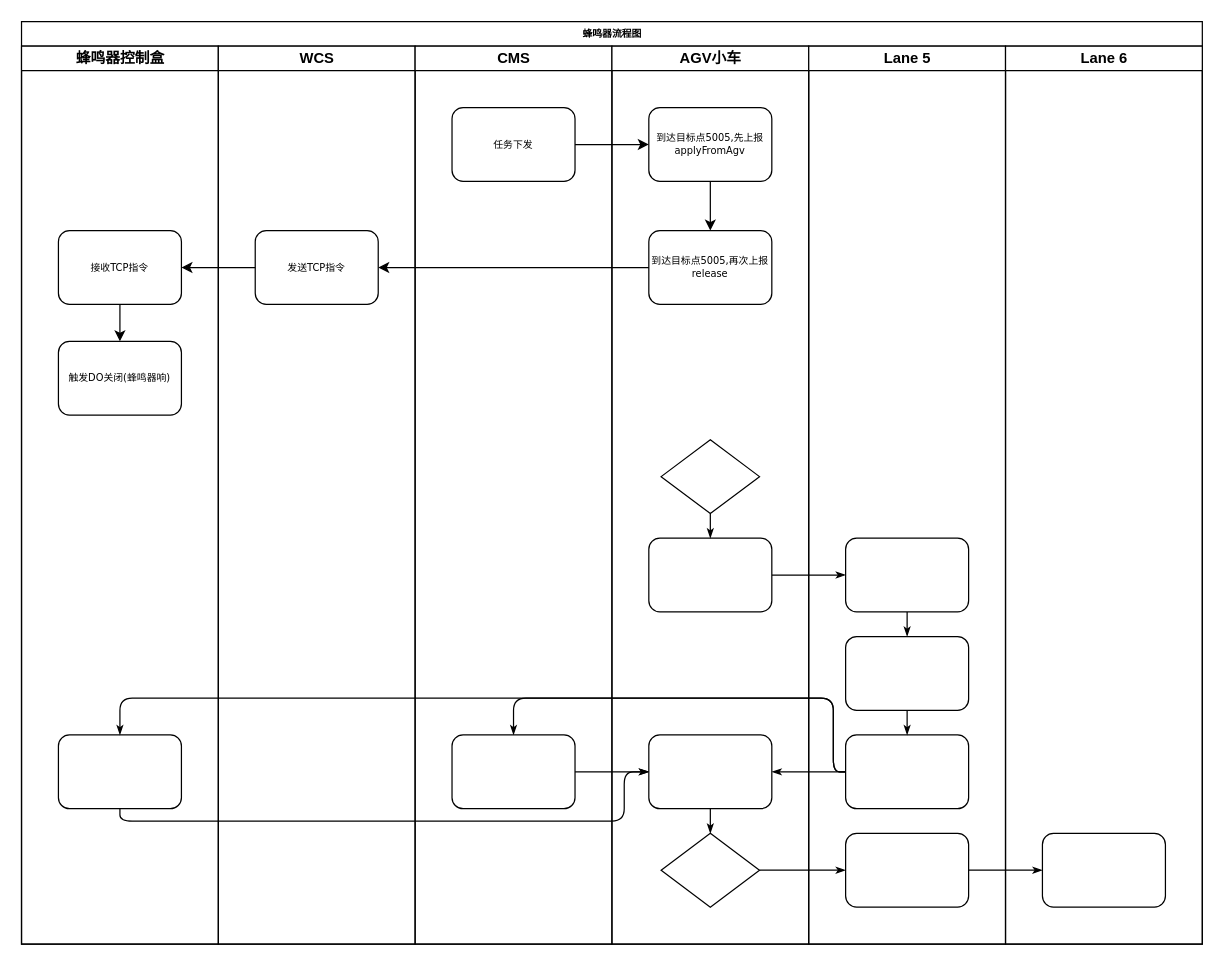
This is data/蜂鸣器流程图.drawio from chenyanxi/hosts, a draw.io file, before an edit. Source tidied: cells renumbered, new cells numbered last; positions are measured from the earlier drawing's top-left corner, leaving out a move shared by most shapes. Both pictures are drawn from the tidied source at 123%, with x=0, y=0 at pixel (21, 21).
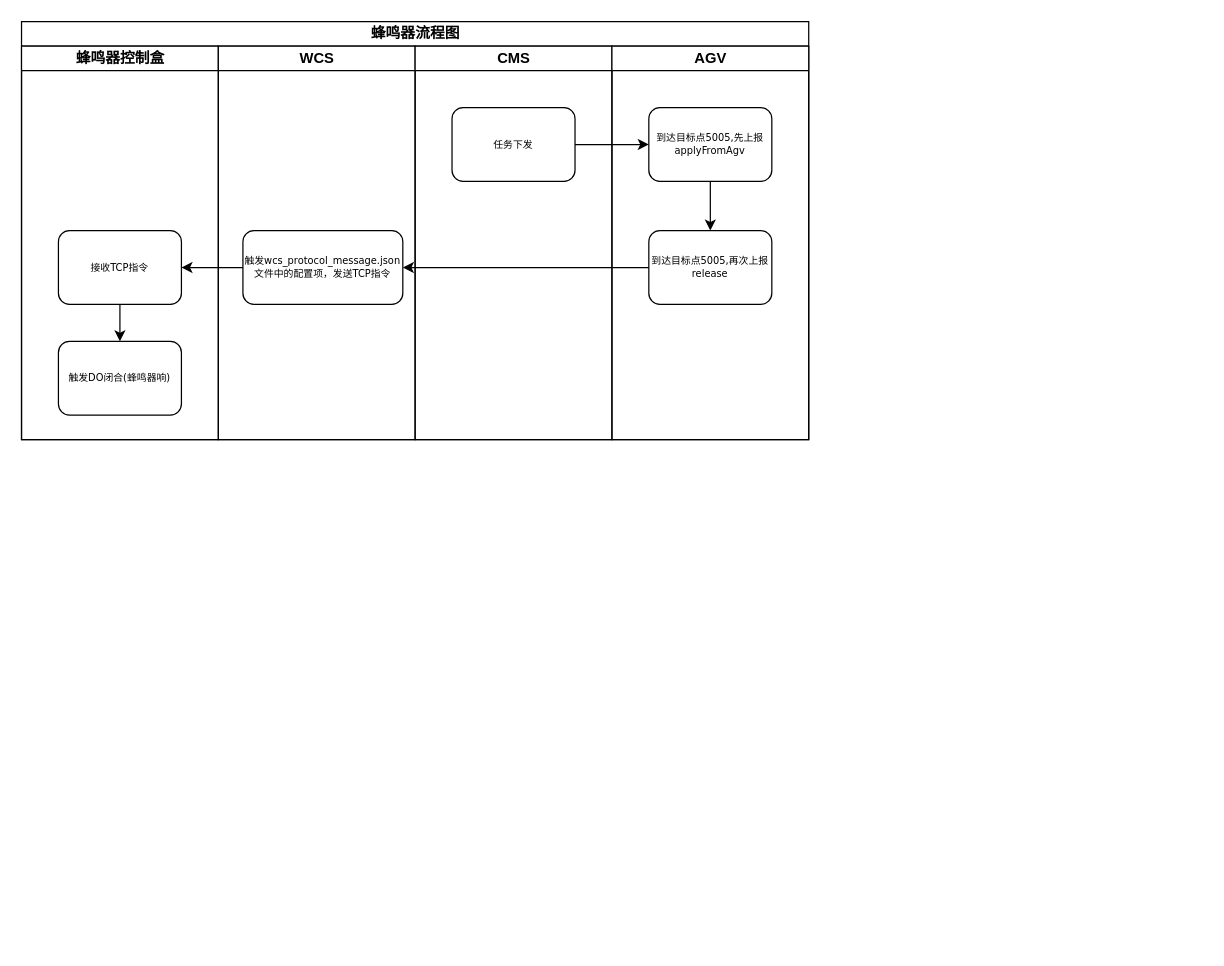
After the change.

Commit message (it also covers changes not shown here):
更新蜂鸣器流程图.drawio

Change to the diagram source:
```diff
@@
-    <mxCell id="2" value="蜂鸣器流程图" style="swimlane;html=1;startSize=20;rounded=0;shadow=0;labelBackgroundColor=none;strokeWidth=1;fontFamily=Verdana;fontSize=8;align=center;" parent="1" vertex="1">
-      <mxGeometry width="960" height="750" as="geometry" />
+    <mxCell id="2" value="&lt;font style=&quot;font-size: 12px;&quot;&gt;蜂鸣器流程图&lt;/font&gt;" style="swimlane;html=1;startSize=20;rounded=0;shadow=0;labelBackgroundColor=none;strokeWidth=1;fontFamily=Verdana;fontSize=8;align=center;" parent="1" vertex="1">
+      <mxGeometry width="640" height="340" as="geometry" />
     </mxCell>
     <mxCell id="3" value="蜂鸣器控制盒" style="swimlane;html=1;startSize=20;" parent="2" vertex="1">
-      <mxGeometry y="20" width="160" height="730" as="geometry" />
+      <mxGeometry y="20" width="160" height="320" as="geometry" />
     </mxCell>
-    <mxCell id="4" style="rounded=1;whiteSpace=wrap;html=1;shadow=0;labelBackgroundColor=none;strokeWidth=1;fontFamily=Verdana;fontSize=8;align=center;" parent="3" vertex="1">
-      <mxGeometry x="30" y="560" width="100" height="60" as="geometry" />
-    </mxCell>
@@
-    <mxCell id="6" value="触发DO关闭(蜂鸣器响)" style="rounded=1;whiteSpace=wrap;html=1;shadow=0;labelBackgroundColor=none;strokeWidth=1;fontFamily=Verdana;fontSize=8;align=center;" parent="3" vertex="1">
+    <mxCell id="6" value="触发DO闭合(蜂鸣器响)" style="rounded=1;whiteSpace=wrap;html=1;shadow=0;labelBackgroundColor=none;strokeWidth=1;fontFamily=Verdana;fontSize=8;align=center;" parent="3" vertex="1">
       <mxGeometry x="30" y="240" width="100" height="60" as="geometry" />
     </mxCell>
@@
-    <mxCell id="10" style="edgeStyle=orthogonalEdgeStyle;rounded=1;html=1;labelBackgroundColor=none;startArrow=none;startFill=0;startSize=5;endArrow=classicThin;endFill=1;endSize=5;jettySize=auto;strokeWidth=1;fontFamily=Verdana;fontSize=8;" parent="2" edge="1" source="28" target="37">
-      <mxGeometry relative="1" as="geometry" />
-    </mxCell>
-    <mxCell id="11" style="edgeStyle=orthogonalEdgeStyle;rounded=1;html=1;labelBackgroundColor=none;startArrow=none;startFill=0;startSize=5;endArrow=classicThin;endFill=1;endSize=5;jettySize=auto;strokeWidth=1;fontFamily=Verdana;fontSize=8;" parent="2" edge="1" source="37" target="41">
-      <mxGeometry relative="1" as="geometry" />
-    </mxCell>
-    <mxCell id="12" style="edgeStyle=orthogonalEdgeStyle;rounded=1;html=1;labelBackgroundColor=none;startArrow=none;startFill=0;startSize=5;endArrow=classicThin;endFill=1;endSize=5;jettySize=auto;strokeWidth=1;fontFamily=Verdana;fontSize=8;" parent="2" edge="1" source="26" target="34">
-      <mxGeometry relative="1" as="geometry" />
-    </mxCell>
-    <mxCell id="13" style="edgeStyle=orthogonalEdgeStyle;rounded=1;html=1;labelBackgroundColor=none;startArrow=none;startFill=0;startSize=5;endArrow=classicThin;endFill=1;endSize=5;jettySize=auto;strokeWidth=1;fontFamily=Verdana;fontSize=8;" parent="2" edge="1" source="36" target="22">
-      <mxGeometry relative="1" as="geometry">
-        <Array as="points">
-          <mxPoint x="660" y="610" />
-          <mxPoint x="660" y="550" />
-          <mxPoint x="400" y="550" />
-        </Array>
-      </mxGeometry>
-    </mxCell>
-    <mxCell id="14" style="edgeStyle=orthogonalEdgeStyle;rounded=1;html=1;labelBackgroundColor=none;startArrow=none;startFill=0;startSize=5;endArrow=classicThin;endFill=1;endSize=5;jettySize=auto;strokeColor=#000000;strokeWidth=1;fontFamily=Verdana;fontSize=8;fontColor=#000000;" parent="2" edge="1" source="36" target="27">
-      <mxGeometry relative="1" as="geometry" />
-    </mxCell>
-    <mxCell id="15" style="edgeStyle=orthogonalEdgeStyle;rounded=1;html=1;labelBackgroundColor=none;startArrow=none;startFill=0;startSize=5;endArrow=classicThin;endFill=1;endSize=5;jettySize=auto;strokeWidth=1;fontFamily=Verdana;fontSize=8;" parent="2" edge="1" source="36" target="4">
-      <mxGeometry relative="1" as="geometry">
-        <Array as="points">
-          <mxPoint x="660" y="610" />
-          <mxPoint x="660" y="550" />
-          <mxPoint x="80" y="550" />
-        </Array>
-      </mxGeometry>
-    </mxCell>
-    <mxCell id="16" style="edgeStyle=orthogonalEdgeStyle;rounded=1;html=1;labelBackgroundColor=none;startArrow=none;startFill=0;startSize=5;endArrow=classicThin;endFill=1;endSize=5;jettySize=auto;strokeWidth=1;fontFamily=Verdana;fontSize=8;" parent="2" edge="1" source="4" target="27">
+    <mxCell id="16" style="edgeStyle=orthogonalEdgeStyle;rounded=1;html=1;labelBackgroundColor=none;startArrow=none;startFill=0;startSize=5;endArrow=classicThin;endFill=1;endSize=5;jettySize=auto;orthogonalLoop=1;strokeWidth=1;fontFamily=Verdana;fontSize=8;" parent="2" edge="1">
       <mxGeometry relative="1" as="geometry">
+        <mxPoint x="510" y="610" as="targetPoint" />
         <Array as="points">
           <mxPoint x="80" y="650" />
           <mxPoint x="490" y="650" />
           <mxPoint x="490" y="610" />
         </Array>
       </mxGeometry>
     </mxCell>
-    <mxCell id="17" style="edgeStyle=orthogonalEdgeStyle;rounded=1;html=1;labelBackgroundColor=none;startArrow=none;startFill=0;startSize=5;endArrow=classicThin;endFill=1;endSize=5;jettySize=auto;strokeWidth=1;fontFamily=Verdana;fontSize=8;" parent="2" edge="1" source="22" target="27">
-      <mxGeometry relative="1" as="geometry" />
+    <mxCell id="17" style="edgeStyle=orthogonalEdgeStyle;rounded=1;html=1;labelBackgroundColor=none;startArrow=none;startFill=0;startSize=5;endArrow=classicThin;endFill=1;endSize=5;jettySize=auto;orthogonalLoop=1;strokeWidth=1;fontFamily=Verdana;fontSize=8;" parent="2" edge="1">
+      <mxGeometry relative="1" as="geometry">
+        <mxPoint x="510" y="610" as="targetPoint" />
+      </mxGeometry>
     </mxCell>
     <mxCell id="18" value="WCS" style="swimlane;html=1;startSize=20;" parent="2" vertex="1">
-      <mxGeometry x="160" y="20" width="160" height="730" as="geometry" />
+      <mxGeometry x="160" y="20" width="160" height="320" as="geometry" />
     </mxCell>
-    <mxCell id="19" value="发送TCP指令" style="rounded=1;whiteSpace=wrap;html=1;shadow=0;labelBackgroundColor=none;strokeWidth=1;fontFamily=Verdana;fontSize=8;align=center;" parent="18" vertex="1">
-      <mxGeometry x="30" y="150" width="100" height="60" as="geometry" />
+    <mxCell id="19" value="触发wcs_protocol_message.json文件中的配置项，发送TCP指令" style="rounded=1;whiteSpace=wrap;html=1;shadow=0;labelBackgroundColor=none;strokeWidth=1;fontFamily=Verdana;fontSize=8;align=center;" parent="18" vertex="1">
+      <mxGeometry x="20" y="150" width="130" height="60" as="geometry" />
     </mxCell>
     <mxCell id="20" value="CMS" style="swimlane;html=1;startSize=20;" parent="2" vertex="1">
-      <mxGeometry x="320" y="20" width="160" height="730" as="geometry" />
+      <mxGeometry x="320" y="20" width="160" height="320" as="geometry" />
     </mxCell>
@@
-    <mxCell id="22" style="rounded=1;whiteSpace=wrap;html=1;shadow=0;labelBackgroundColor=none;strokeWidth=1;fontFamily=Verdana;fontSize=8;align=center;" parent="20" vertex="1">
-      <mxGeometry x="30" y="560" width="100" height="60" as="geometry" />
-    </mxCell>
-    <mxCell id="23" value="AGV小车" style="swimlane;html=1;startSize=20;" parent="2" vertex="1">
-      <mxGeometry x="480" y="20" width="160" height="730" as="geometry" />
+    <mxCell id="23" value="AGV" style="swimlane;html=1;startSize=20;" parent="2" vertex="1">
+      <mxGeometry x="480" y="20" width="160" height="320" as="geometry" />
     </mxCell>
@@
-    <mxCell id="25" style="rhombus;whiteSpace=wrap;html=1;rounded=0;shadow=0;labelBackgroundColor=none;strokeWidth=1;fontFamily=Verdana;fontSize=8;align=center;" parent="23" vertex="1">
-      <mxGeometry x="40" y="320" width="80" height="60" as="geometry" />
-    </mxCell>
-    <mxCell id="26" style="rounded=1;whiteSpace=wrap;html=1;shadow=0;labelBackgroundColor=none;strokeWidth=1;fontFamily=Verdana;fontSize=8;align=center;" parent="23" vertex="1">
-      <mxGeometry x="30" y="400" width="100" height="60" as="geometry" />
-    </mxCell>
-    <mxCell id="27" style="rounded=1;whiteSpace=wrap;html=1;shadow=0;labelBackgroundColor=none;strokeWidth=1;fontFamily=Verdana;fontSize=8;align=center;" parent="23" vertex="1">
-      <mxGeometry x="30" y="560" width="100" height="60" as="geometry" />
-    </mxCell>
-    <mxCell id="28" style="rhombus;whiteSpace=wrap;html=1;rounded=0;shadow=0;labelBackgroundColor=none;strokeWidth=1;fontFamily=Verdana;fontSize=8;align=center;" parent="23" vertex="1">
-      <mxGeometry x="40" y="640" width="80" height="60" as="geometry" />
-    </mxCell>
-    <mxCell id="29" style="edgeStyle=orthogonalEdgeStyle;rounded=1;html=1;labelBackgroundColor=none;startArrow=none;startFill=0;startSize=5;endArrow=classicThin;endFill=1;endSize=5;jettySize=auto;strokeWidth=1;fontFamily=Verdana;fontSize=8;" parent="23" edge="1" source="25" target="26">
-      <mxGeometry relative="1" as="geometry" />
+    <mxCell id="29" style="edgeStyle=orthogonalEdgeStyle;rounded=1;html=1;labelBackgroundColor=none;startArrow=none;startFill=0;startSize=5;endArrow=classicThin;endFill=1;endSize=5;jettySize=auto;orthogonalLoop=1;strokeWidth=1;fontFamily=Verdana;fontSize=8;" parent="23" edge="1">
+      <mxGeometry relative="1" as="geometry">
+        <mxPoint x="80" y="380" as="sourcePoint" />
+      </mxGeometry>
     </mxCell>
-    <mxCell id="30" style="edgeStyle=orthogonalEdgeStyle;rounded=1;html=1;labelBackgroundColor=none;startArrow=none;startFill=0;startSize=5;endArrow=classicThin;endFill=1;endSize=5;jettySize=auto;strokeWidth=1;fontFamily=Verdana;fontSize=8;" parent="23" edge="1" source="27" target="28">
-      <mxGeometry relative="1" as="geometry" />
+    <mxCell id="30" style="edgeStyle=orthogonalEdgeStyle;rounded=1;html=1;labelBackgroundColor=none;startArrow=none;startFill=0;startSize=5;endArrow=classicThin;endFill=1;endSize=5;jettySize=auto;orthogonalLoop=1;strokeWidth=1;fontFamily=Verdana;fontSize=8;" parent="23" edge="1">
+      <mxGeometry relative="1" as="geometry">
+        <mxPoint x="80" y="620" as="sourcePoint" />
+      </mxGeometry>
     </mxCell>
@@
-    <mxCell id="33" value="Lane 5" style="swimlane;html=1;startSize=20;" parent="2" vertex="1">
-      <mxGeometry x="640" y="20" width="160" height="730" as="geometry" />
-    </mxCell>
-    <mxCell id="34" style="rounded=1;whiteSpace=wrap;html=1;shadow=0;labelBackgroundColor=none;strokeWidth=1;fontFamily=Verdana;fontSize=8;align=center;" parent="33" vertex="1">
-      <mxGeometry x="30" y="400" width="100" height="60" as="geometry" />
-    </mxCell>
-    <mxCell id="35" style="rounded=1;whiteSpace=wrap;html=1;shadow=0;labelBackgroundColor=none;strokeWidth=1;fontFamily=Verdana;fontSize=8;align=center;" parent="33" vertex="1">
-      <mxGeometry x="30" y="480" width="100" height="60" as="geometry" />
-    </mxCell>
-    <mxCell id="36" style="rounded=1;whiteSpace=wrap;html=1;shadow=0;labelBackgroundColor=none;strokeWidth=1;fontFamily=Verdana;fontSize=8;align=center;" parent="33" vertex="1">
-      <mxGeometry x="30" y="560" width="100" height="60" as="geometry" />
-    </mxCell>
-    <mxCell id="37" style="rounded=1;whiteSpace=wrap;html=1;shadow=0;labelBackgroundColor=none;strokeWidth=1;fontFamily=Verdana;fontSize=8;align=center;" parent="33" vertex="1">
-      <mxGeometry x="30" y="640" width="100" height="60" as="geometry" />
-    </mxCell>
-    <mxCell id="38" style="edgeStyle=orthogonalEdgeStyle;rounded=1;html=1;labelBackgroundColor=none;startArrow=none;startFill=0;startSize=5;endArrow=classicThin;endFill=1;endSize=5;jettySize=auto;strokeWidth=1;fontFamily=Verdana;fontSize=8;" parent="33" edge="1" source="34" target="35">
-      <mxGeometry relative="1" as="geometry" />
-    </mxCell>
-    <mxCell id="39" style="edgeStyle=orthogonalEdgeStyle;rounded=1;html=1;labelBackgroundColor=none;startArrow=none;startFill=0;startSize=5;endArrow=classicThin;endFill=1;endSize=5;jettySize=auto;strokeWidth=1;fontFamily=Verdana;fontSize=8;" parent="33" edge="1" source="35" target="36">
-      <mxGeometry relative="1" as="geometry" />
-    </mxCell>
-    <mxCell id="40" value="Lane 6" style="swimlane;html=1;startSize=20;" parent="2" vertex="1">
-      <mxGeometry x="800" y="20" width="160" height="730" as="geometry" />
-    </mxCell>
-    <mxCell id="41" style="rounded=1;whiteSpace=wrap;html=1;shadow=0;labelBackgroundColor=none;strokeWidth=1;fontFamily=Verdana;fontSize=8;align=center;" parent="40" vertex="1">
-      <mxGeometry x="30" y="640" width="100" height="60" as="geometry" />
-    </mxCell>
```
